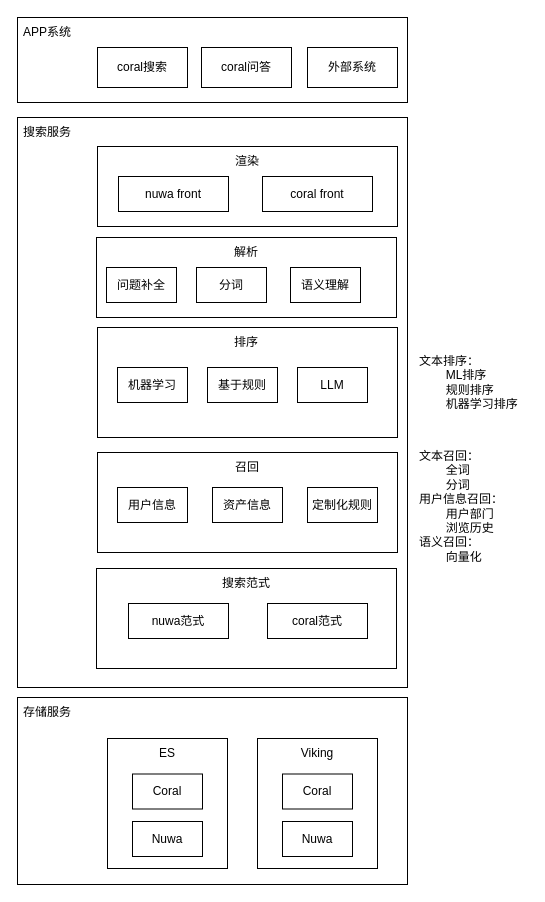
This is llm-搜索新架构.drawio from FlyThroughAir/DrawHere, a draw.io file, before an edit. Source tidied: cells renumbered, new cells numbered last; positions are measured from the earlier drawing's top-left corner, leaving out a move shared by most shapes. Both pictures are drawn from the tidied source at 100%, with x=0, y=0 at pixel (17, 17).
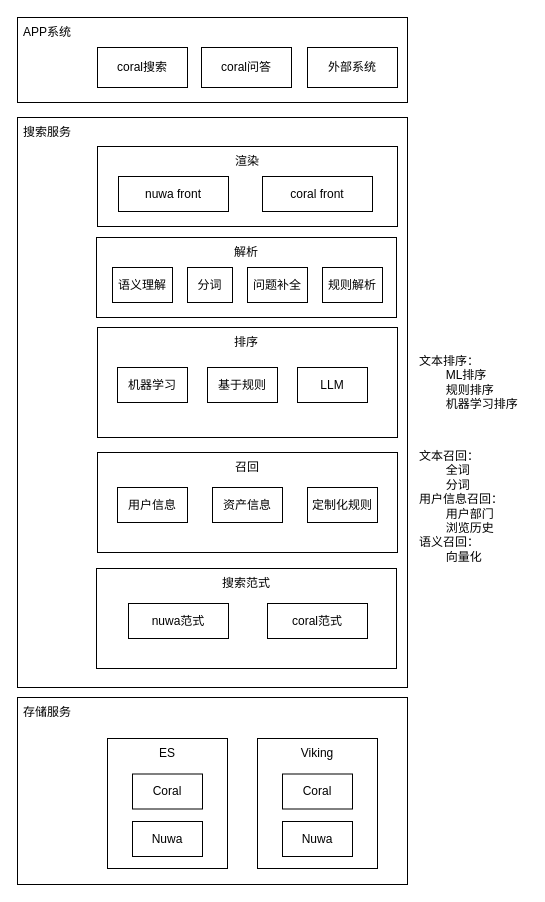
The same diagram, later.

Commit message:
更新llm-搜索新架构.drawio

Diff of the diagram source:
```diff
@@
     <mxCell id="20" value="问题补全" style="rounded=0;whiteSpace=wrap;html=1;" parent="1" vertex="1">
-      <mxGeometry x="89" y="250" width="70" height="35" as="geometry" />
+      <mxGeometry x="230" y="250" width="60" height="35" as="geometry" />
     </mxCell>
     <mxCell id="21" value="分词" style="rounded=0;whiteSpace=wrap;html=1;" parent="1" vertex="1">
-      <mxGeometry x="179" y="250" width="70" height="35" as="geometry" />
+      <mxGeometry x="170" y="250" width="45" height="35" as="geometry" />
     </mxCell>
     <mxCell id="22" value="语义理解" style="rounded=0;whiteSpace=wrap;html=1;" parent="1" vertex="1">
-      <mxGeometry x="273" y="250" width="70" height="35" as="geometry" />
+      <mxGeometry x="95" y="250" width="60" height="35" as="geometry" />
     </mxCell>
@@
+    <mxCell id="44" value="规则解析" style="rounded=0;whiteSpace=wrap;html=1;" parent="1" vertex="1">
+      <mxGeometry x="305" y="250" width="60" height="35" as="geometry" />
+    </mxCell>
```
